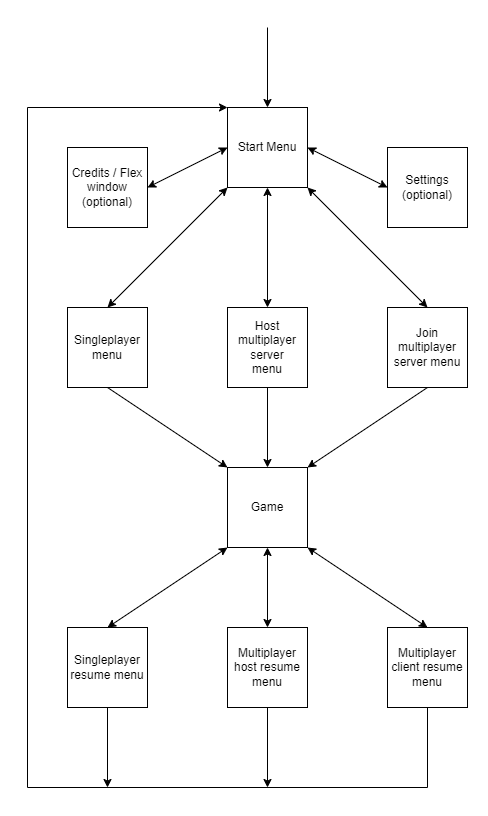
Above: docs/window_visual.png in UdayRajSingh288/tank_game (draw.io), before the change. Source tidied: cells renumbered, new cells last; positions are measured from the earlier drawing's top-left corner, leaving out a move shared by most shapes.
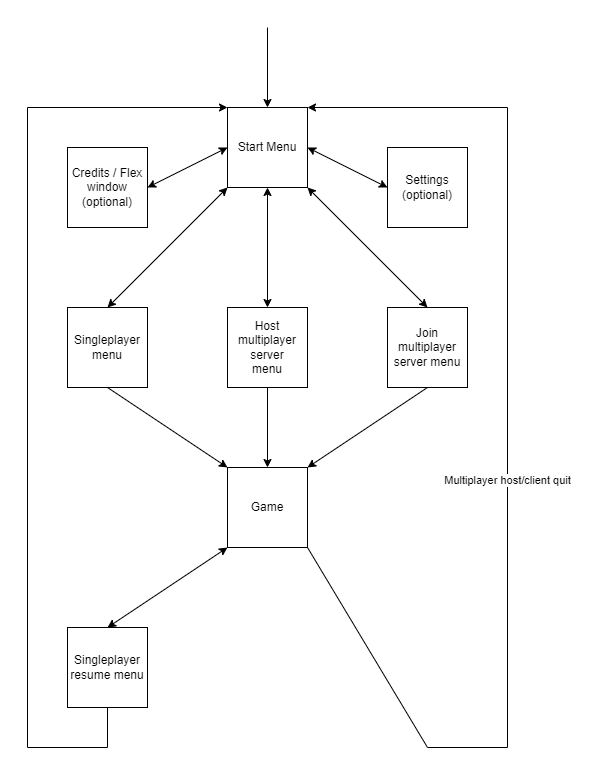
After the change.

Commit message:
main menu half completed

What changed in the source:
```diff
@@ -55,39 +55,29 @@
     <mxCell id="18" value="Singleplayer resume menu" style="whiteSpace=wrap;html=1;" parent="1" vertex="1">
       <mxGeometry x="40" y="600" width="80" height="80" as="geometry" />
     </mxCell>
-    <mxCell id="19" value="Multiplayer host resume menu" style="whiteSpace=wrap;html=1;" parent="1" vertex="1">
-      <mxGeometry x="200" y="600" width="80" height="80" as="geometry" />
-    </mxCell>
-    <mxCell id="20" value="Multiplayer client resume menu" style="whiteSpace=wrap;html=1;" parent="1" vertex="1">
-      <mxGeometry x="360" y="600" width="80" height="80" as="geometry" />
-    </mxCell>
     <mxCell id="21" style="endArrow=classic;startArrow=classic;html=1;rounded=0;exitX=0.5;exitY=0;exitDx=0;exitDy=0;entryX=0;entryY=1;entryDx=0;entryDy=0;" parent="1" edge="1" source="18" target="14">
       <mxGeometry relative="1" as="geometry" />
     </mxCell>
-    <mxCell id="22" style="endArrow=classic;startArrow=classic;html=1;rounded=0;entryX=0.5;entryY=1;entryDx=0;entryDy=0;exitX=0.5;exitY=0;exitDx=0;exitDy=0;" parent="1" edge="1" source="19" target="14">
-      <mxGeometry relative="1" as="geometry" />
-    </mxCell>
-    <mxCell id="23" style="endArrow=classic;startArrow=classic;html=1;rounded=0;exitX=1;exitY=1;exitDx=0;exitDy=0;entryX=0.5;entryY=0;entryDx=0;entryDy=0;" parent="1" edge="1" source="14" target="20">
-      <mxGeometry relative="1" as="geometry" />
-    </mxCell>
-    <mxCell id="24" style="endArrow=classic;html=1;rounded=0;exitX=0.5;exitY=1;exitDx=0;exitDy=0;" parent="1" edge="1" source="19">
-      <mxGeometry relative="1" as="geometry">
-        <mxPoint x="240" y="760" as="targetPoint" />
-      </mxGeometry>
-    </mxCell>
-    <mxCell id="25" style="endArrow=classic;html=1;rounded=0;exitX=0.5;exitY=1;exitDx=0;exitDy=0;" parent="1" edge="1" source="18">
+    <mxCell id="25" style="endArrow=classic;html=1;rounded=0;exitX=0.5;exitY=1;exitDx=0;exitDy=0;entryX=0;entryY=0;entryDx=0;entryDy=0;" parent="1" edge="1" source="18" target="2">
       <mxGeometry relative="1" as="geometry">
-        <mxPoint x="80" y="760" as="targetPoint" />
+        <Array as="points">
+          <mxPoint x="80" y="720" />
+          <mxPoint y="720" />
+          <mxPoint y="80" />
+        </Array>
       </mxGeometry>
     </mxCell>
-    <mxCell id="26" style="endArrow=classic;html=1;rounded=0;exitX=0.5;exitY=1;exitDx=0;exitDy=0;entryX=0;entryY=0;entryDx=0;entryDy=0;" parent="1" edge="1" source="20" target="2">
-      <mxGeometry relative="1" as="geometry">
-        <Array as="points">
-          <mxPoint x="400" y="760" />
-          <mxPoint y="760" />
-          <mxPoint y="80" />
-        </Array>
-      </mxGeometry>
-    </mxCell>
+    <mxCell id="27" style="endArrow=classic;html=1;rounded=0;exitX=1;exitY=1;exitDx=0;exitDy=0;entryX=1;entryY=0;entryDx=0;entryDy=0;" parent="1" edge="1" source="14" target="2">
+      <mxGeometry relative="1" as="geometry">
+        <Array as="points">
+          <mxPoint x="400" y="720" />
+          <mxPoint x="480" y="720" />
+          <mxPoint x="480" y="80" />
+        </Array>
+      </mxGeometry>
+    </mxCell>
+    <mxCell id="28" value="Multiplayer host/client quit" style="edgeLabel;html=1;align=center;verticalAlign=middle;" parent="27" vertex="1">
+      <mxGeometry x="0.01" y="1" relative="1" as="geometry" />
+    </mxCell>
   </root>
 </mxGraphModel>
```
